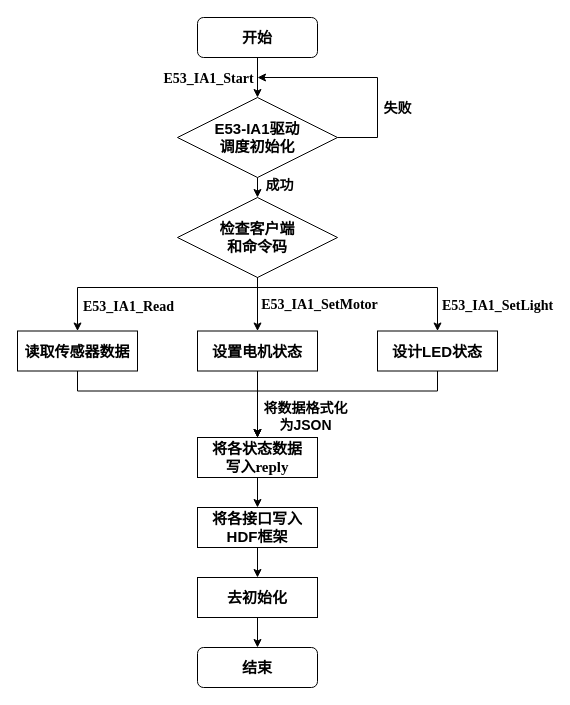
GaoXiaoLon/DrawIO keeps this draw.io diagram as 2.程序流程框图.drawio. Above is the earlier version. Source tidied: cells renumbered, new cells numbered last; positions are measured from the earlier drawing's top-left corner, leaving out a move shared by most shapes. Both pictures are drawn from the tidied source at 100%, with x=0, y=0 at pixel (17, 17).
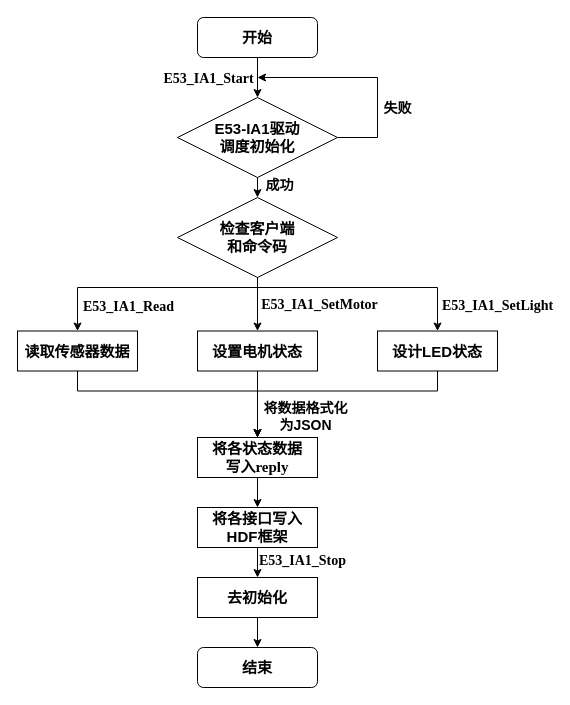
Above is the later version.

Commit message:
更新2.程序流程框图.drawio

The change refers to these unchanged cells:
```xml
<mxCell id="27" style="edgeStyle=orthogonalEdgeStyle;rounded=0;jettySize=auto;html=1;labelBackgroundColor=none;" parent="2" edge="1" source="28" target="30">
  <mxGeometry relative="1" as="geometry" />
</mxCell>
```

What changed in the source:
```diff
@@
+    <mxCell id="32" value="&lt;b style=&quot;font-family: &amp;quot;Times New Roman&amp;quot;; font-size: 14px;&quot;&gt;E53_IA1_Stop&lt;/b&gt;" style="edgeLabel;html=1;align=center;verticalAlign=middle;labelBackgroundColor=none;" parent="27" vertex="1">
+      <mxGeometry x="0.51" y="2" relative="1" as="geometry">
+        <mxPoint x="42" y="-5" as="offset" />
+      </mxGeometry>
+    </mxCell>
```
